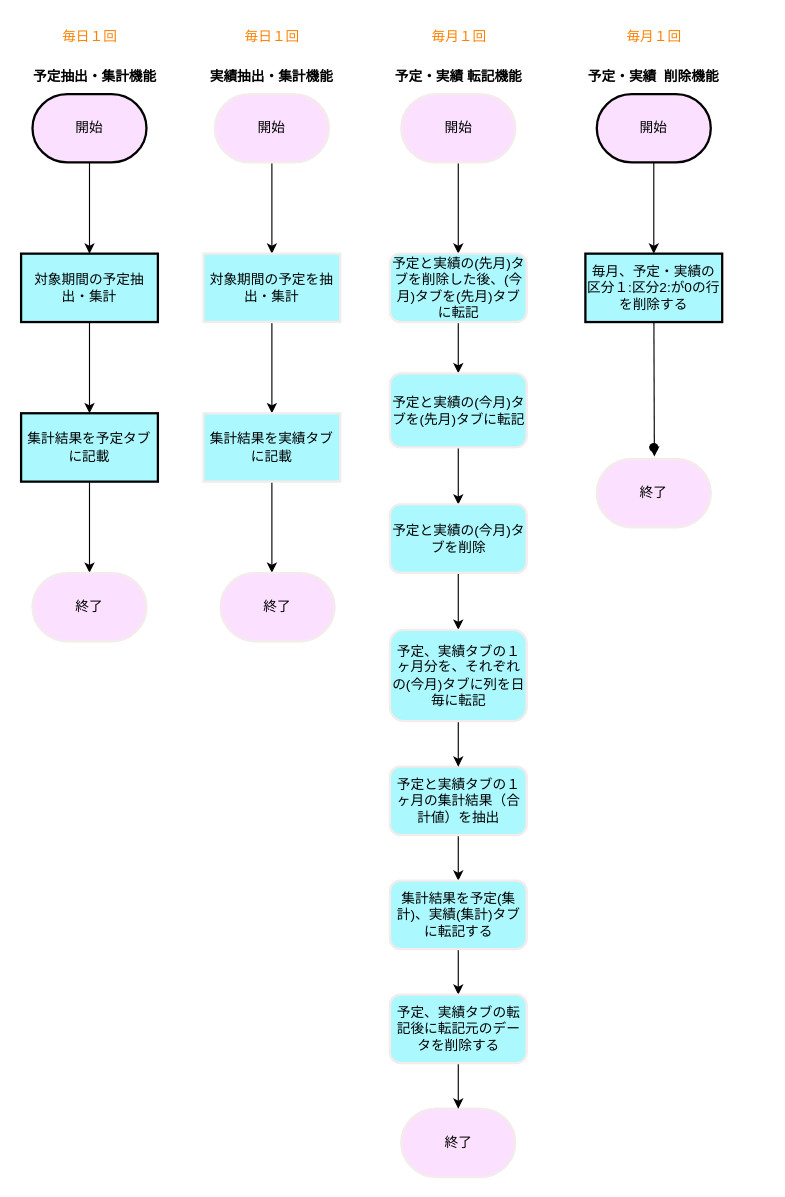
Before: simple_flowchart.dio in naomi-ume/gas_schedule_extraction_plan_result, a draw.io diagram. Source tidied: cells renumbered, new cells numbered last; positions are measured from the earlier drawing's top-left corner, leaving out a move shared by most shapes. Both pictures are drawn from the tidied source at 114%, with x=0, y=0 at pixel (21, 19).
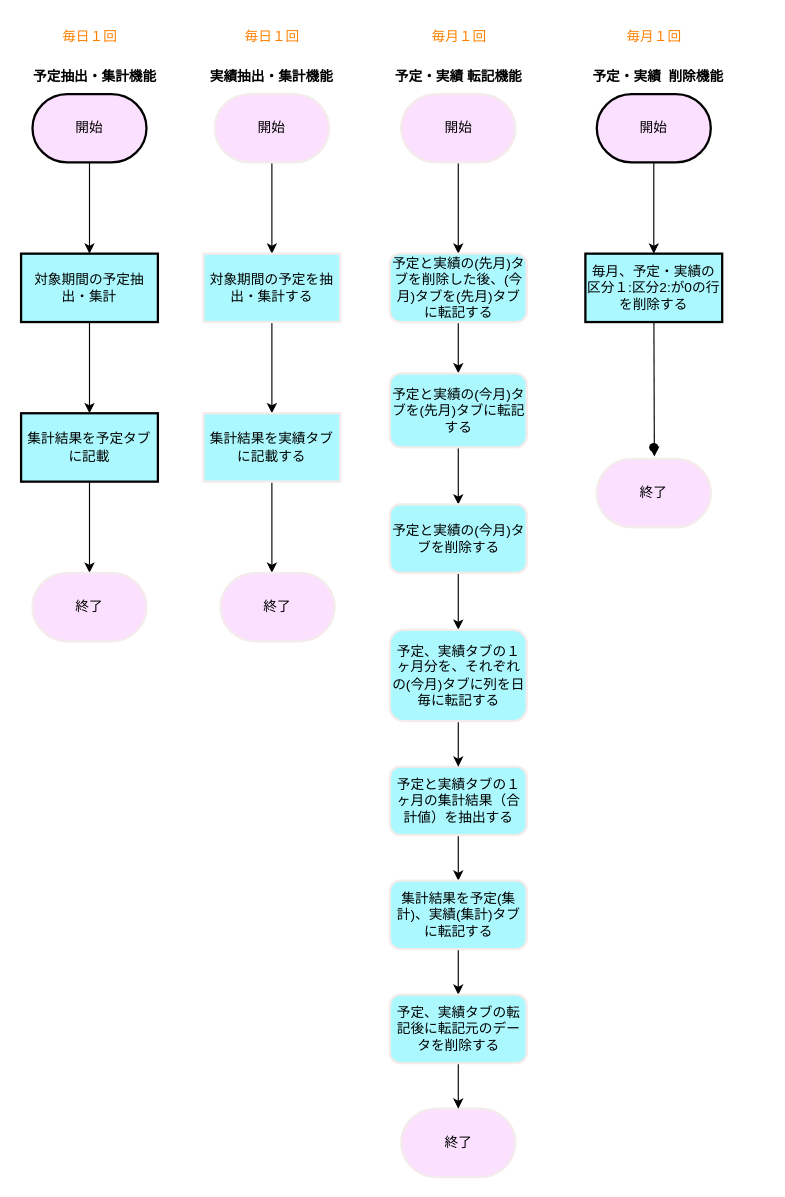
After the change.

Diff of the diagram source:
```diff
@@
-    <mxCell id="14" value="対象期間の予定を抽出・集計" style="whiteSpace=wrap;html=1;fillColor=#ABF9FF;strokeColor=#F4EBEB;fontColor=#000000;strokeWidth=2;" parent="1" vertex="1">
+    <mxCell id="14" value="対象期間の予定を抽出・集計する" style="whiteSpace=wrap;html=1;fillColor=#ABF9FF;strokeColor=#F4EBEB;fontColor=#000000;strokeWidth=2;" parent="1" vertex="1">
       <mxGeometry x="160" y="205" width="120" height="60" as="geometry" />
     </mxCell>
@@
-    <mxCell id="16" value="集計結果を実績タブに記載" style="whiteSpace=wrap;html=1;fillColor=#ABF9FF;strokeColor=#F4EBEB;fontColor=#000000;strokeWidth=2;" parent="1" vertex="1">
+    <mxCell id="16" value="集計結果を実績タブに記載する" style="whiteSpace=wrap;html=1;fillColor=#ABF9FF;strokeColor=#F4EBEB;fontColor=#000000;strokeWidth=2;" parent="1" vertex="1">
       <mxGeometry x="160" y="345" width="120" height="60" as="geometry" />
     </mxCell>
@@
-    <mxCell id="23" value="予定と実績タブの１ヶ月の集計結果（合計値）を抽出" style="rounded=1;whiteSpace=wrap;html=1;fillColor=#ABF9FF;strokeColor=#F4EBEB;fontColor=#000000;strokeWidth=2;" parent="1" vertex="1">
+    <mxCell id="23" value="予定と実績タブの１ヶ月の集計結果（合計値）を抽出する" style="rounded=1;whiteSpace=wrap;html=1;fillColor=#ABF9FF;strokeColor=#F4EBEB;fontColor=#000000;strokeWidth=2;" parent="1" vertex="1">
       <mxGeometry x="323.5" y="655" width="120" height="60" as="geometry" />
     </mxCell>
@@
     <mxCell id="28" value="予定・実績&amp;nbsp; 削除機能" style="text;strokeColor=none;align=center;fillColor=none;html=1;verticalAlign=middle;whiteSpace=wrap;rounded=0;fontColor=#000000;fontStyle=1;" parent="1" vertex="1">
-      <mxGeometry x="460" y="35" width="190" height="30" as="geometry" />
+      <mxGeometry x="464" y="35" width="190" height="30" as="geometry" />
     </mxCell>
@@
-    <mxCell id="35" value="予定と実績の(先月)タブを削除した後、(今月)タブを(先月)タブに転記" style="rounded=1;whiteSpace=wrap;html=1;fillColor=#ABF9FF;strokeColor=#F4EBEB;fontColor=#000000;strokeWidth=2;" parent="1" vertex="1">
+    <mxCell id="35" value="予定と実績の(先月)タブを削除した後、(今月)タブを(先月)タブに転記する" style="rounded=1;whiteSpace=wrap;html=1;fillColor=#ABF9FF;strokeColor=#F4EBEB;fontColor=#000000;strokeWidth=2;" parent="1" vertex="1">
       <mxGeometry x="323.5" y="205" width="120" height="60" as="geometry" />
     </mxCell>
@@
-    <mxCell id="38" value="予定と実績の(今月)タブを(先月)タブに転記" style="rounded=1;whiteSpace=wrap;html=1;fillColor=#ABF9FF;strokeColor=#F4EBEB;fontColor=#000000;strokeWidth=2;" parent="1" vertex="1">
+    <mxCell id="38" value="予定と実績の(今月)タブを(先月)タブに転記する" style="rounded=1;whiteSpace=wrap;html=1;fillColor=#ABF9FF;strokeColor=#F4EBEB;fontColor=#000000;strokeWidth=2;" parent="1" vertex="1">
       <mxGeometry x="323.5" y="310" width="120" height="65" as="geometry" />
     </mxCell>
@@
-    <mxCell id="40" value="予定と実績の(今月)タブを削除" style="rounded=1;whiteSpace=wrap;html=1;fillColor=#ABF9FF;strokeColor=#F4EBEB;fontColor=#000000;strokeWidth=2;" parent="1" vertex="1">
+    <mxCell id="40" value="予定と実績の(今月)タブを削除する" style="rounded=1;whiteSpace=wrap;html=1;fillColor=#ABF9FF;strokeColor=#F4EBEB;fontColor=#000000;strokeWidth=2;" parent="1" vertex="1">
       <mxGeometry x="323.5" y="425" width="120" height="60" as="geometry" />
     </mxCell>
-    <mxCell id="41" value="予定、実績タブの１ヶ月分を、それぞれの(今月)タブに列を日毎に転記" style="rounded=1;whiteSpace=wrap;html=1;fillColor=#ABF9FF;strokeColor=#F4EBEB;fontColor=#000000;strokeWidth=2;" parent="1" vertex="1">
+    <mxCell id="41" value="予定、実績タブの１ヶ月分を、それぞれの(今月)タブに列を日毎に転記する" style="rounded=1;whiteSpace=wrap;html=1;fillColor=#ABF9FF;strokeColor=#F4EBEB;fontColor=#000000;strokeWidth=2;" parent="1" vertex="1">
       <mxGeometry x="323.5" y="535" width="120" height="80" as="geometry" />
     </mxCell>
```
